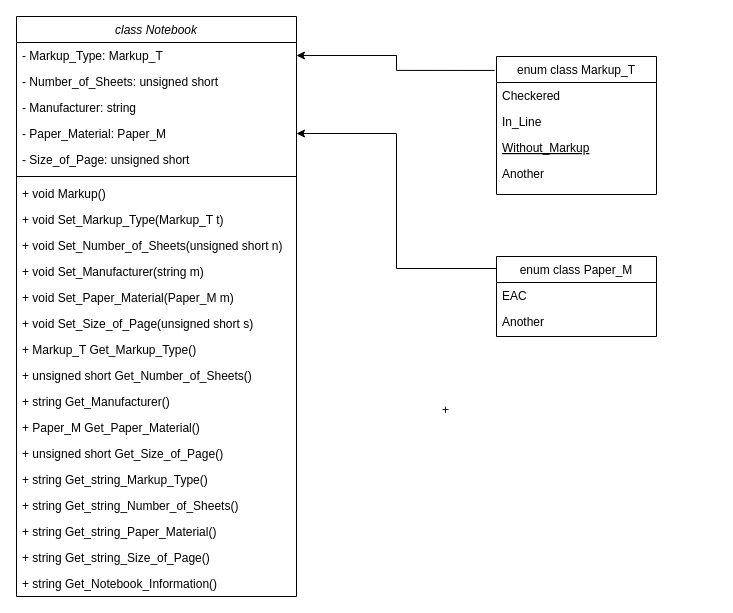
Earlier version of the draw.io diagram Untitled Diagram.drawio (NemoNology/OOP_ADT_Notebook_BAS). Source tidied: cells renumbered, new cells numbered last; positions are measured from the earlier drawing's top-left corner, leaving out a move shared by most shapes. Both pictures are drawn from the tidied source at 100%, with x=0, y=0 at pixel (16, 16).
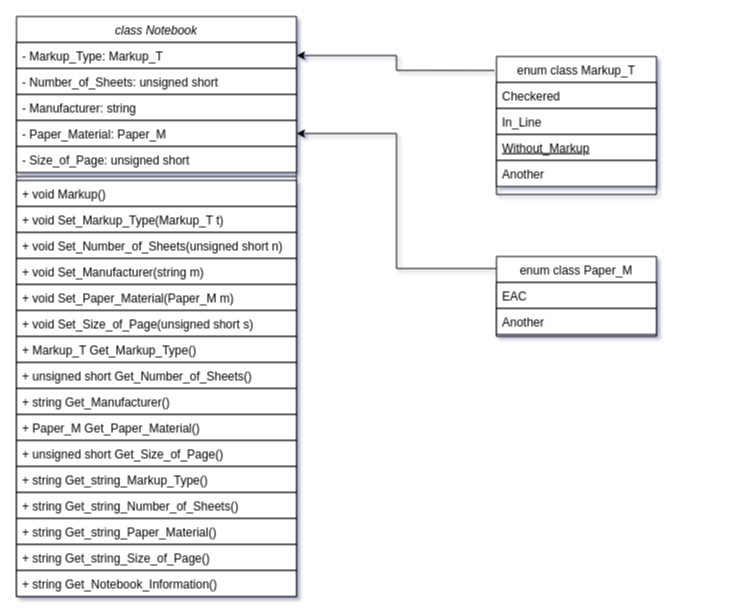
Above is the later version.

Commit message:
V1.05: Visual adds for UML : )

Unchanged cells that the change refers to:
```xml
<mxCell id="2" value="class Notebook&#10;" style="swimlane;fontStyle=2;align=center;verticalAlign=top;horizontal=1;startSize=26;rounded=0;shadow=0;strokeWidth=1;fontColor=default;fillColor=default;strokeColor=default;" parent="1" vertex="1">
  <mxGeometry width="280" height="580" as="geometry" />
</mxCell>
<mxCell id="25" value="enum class Markup_T " style="swimlane;fontStyle=0;align=center;verticalAlign=top;horizontal=1;startSize=26;rounded=0;shadow=0;strokeWidth=1;fillColor=default;strokeColor=default;fontColor=default;" parent="1" vertex="1">
  <mxGeometry x="480" y="40" width="160" height="138" as="geometry" />
</mxCell>
<mxCell id="31" value="enum class Paper_M&#10;" style="swimlane;fontStyle=0;align=center;verticalAlign=top;horizontal=1;startSize=26;rounded=0;shadow=0;strokeWidth=1;fillColor=default;strokeColor=default;fontColor=default;" parent="1" vertex="1">
  <mxGeometry x="480" y="240" width="160" height="80" as="geometry" />
</mxCell>
```

Diff of the diagram source:
```diff
@@
-<mxGraphModel>
+<mxGraphModel shadow="1">
@@
-    <mxCell id="3" value="- Markup_Type: Markup_T " style="text;align=left;verticalAlign=top;spacingLeft=4;spacingRight=4;overflow=hidden;points=[[0,0.5],[1,0.5]];portConstraint=eastwest;fontColor=default;" parent="2" vertex="1">
+    <mxCell id="3" value="- Markup_Type: Markup_T " style="text;align=left;verticalAlign=top;spacingLeft=4;spacingRight=4;overflow=hidden;points=[[0,0.5],[1,0.5]];portConstraint=eastwest;fontColor=default;fillColor=default;strokeColor=default;" parent="2" vertex="1">
       <mxGeometry y="26" width="280" height="26" as="geometry" />
     </mxCell>
-    <mxCell id="4" value="- Number_of_Sheets: unsigned short" style="text;align=left;verticalAlign=top;spacingLeft=4;spacingRight=4;overflow=hidden;fontColor=default;" parent="2" vertex="1">
+    <mxCell id="4" value="- Number_of_Sheets: unsigned short" style="text;align=left;verticalAlign=top;spacingLeft=4;spacingRight=4;overflow=hidden;fontColor=default;fillColor=default;strokeColor=default;" parent="2" vertex="1">
       <mxGeometry y="52" width="280" height="26" as="geometry" />
     </mxCell>
-    <mxCell id="5" value="- Manufacturer: string" style="text;align=left;verticalAlign=top;spacingLeft=4;spacingRight=4;overflow=hidden;fontColor=default;" parent="2" vertex="1">
+    <mxCell id="5" value="- Manufacturer: string" style="text;align=left;verticalAlign=top;spacingLeft=4;spacingRight=4;overflow=hidden;fontColor=default;fillColor=default;strokeColor=default;" parent="2" vertex="1">
       <mxGeometry y="78" width="280" height="26" as="geometry" />
     </mxCell>
-    <mxCell id="6" value="- Paper_Material: Paper_M" style="text;align=left;verticalAlign=top;spacingLeft=4;spacingRight=4;overflow=hidden;points=[[0,0.5],[1,0.5]];portConstraint=eastwest;fontColor=default;" parent="2" vertex="1">
+    <mxCell id="6" value="- Paper_Material: Paper_M" style="text;align=left;verticalAlign=top;spacingLeft=4;spacingRight=4;overflow=hidden;points=[[0,0.5],[1,0.5]];portConstraint=eastwest;fontColor=default;fillColor=default;strokeColor=default;" parent="2" vertex="1">
       <mxGeometry y="104" width="280" height="26" as="geometry" />
     </mxCell>
-    <mxCell id="7" value="- Size_of_Page: unsigned short" style="text;align=left;verticalAlign=top;spacingLeft=4;spacingRight=4;overflow=hidden;fontColor=default;" parent="2" vertex="1">
+    <mxCell id="7" value="- Size_of_Page: unsigned short" style="text;align=left;verticalAlign=top;spacingLeft=4;spacingRight=4;overflow=hidden;fontColor=default;fillColor=default;strokeColor=default;" parent="2" vertex="1">
       <mxGeometry y="130" width="280" height="26" as="geometry" />
     </mxCell>
-    <mxCell id="8" style="line;html=1;strokeWidth=1;align=left;verticalAlign=middle;spacingTop=-1;spacingLeft=3;spacingRight=3;labelPosition=right;" parent="2" vertex="1">
+    <mxCell id="8" style="line;html=1;strokeWidth=1;align=left;verticalAlign=middle;spacingTop=-1;spacingLeft=3;spacingRight=3;labelPosition=right;fillColor=default;strokeColor=default;fontColor=default;" parent="2" vertex="1">
       <mxGeometry y="156" width="280" height="8" as="geometry" />
     </mxCell>
-    <mxCell id="9" value="+ void Markup()" style="text;align=left;verticalAlign=top;spacingLeft=4;spacingRight=4;overflow=hidden;fontColor=default;" parent="2" vertex="1">
+    <mxCell id="9" value="+ void Markup()" style="text;align=left;verticalAlign=top;spacingLeft=4;spacingRight=4;overflow=hidden;fontColor=default;fillColor=default;strokeColor=default;" parent="2" vertex="1">
       <mxGeometry y="164" width="280" height="26" as="geometry" />
     </mxCell>
-    <mxCell id="10" value="+ void Set_Markup_Type(Markup_T t)" style="text;align=left;verticalAlign=top;spacingLeft=4;spacingRight=4;overflow=hidden;fontColor=default;" parent="2" vertex="1">
+    <mxCell id="10" value="+ void Set_Markup_Type(Markup_T t)" style="text;align=left;verticalAlign=top;spacingLeft=4;spacingRight=4;overflow=hidden;fontColor=default;fillColor=default;strokeColor=default;" parent="2" vertex="1">
       <mxGeometry y="190" width="280" height="26" as="geometry" />
     </mxCell>
-    <mxCell id="11" value="+ void Set_Number_of_Sheets(unsigned short n)" style="text;align=left;verticalAlign=top;spacingLeft=4;spacingRight=4;overflow=hidden;fontColor=default;" parent="2" vertex="1">
+    <mxCell id="11" value="+ void Set_Number_of_Sheets(unsigned short n)" style="text;align=left;verticalAlign=top;spacingLeft=4;spacingRight=4;overflow=hidden;fontColor=default;fillColor=default;strokeColor=default;" parent="2" vertex="1">
       <mxGeometry y="216" width="280" height="26" as="geometry" />
     </mxCell>
-    <mxCell id="12" value="+ void Set_Manufacturer(string m) " style="text;align=left;verticalAlign=top;spacingLeft=4;spacingRight=4;overflow=hidden;fontColor=default;" parent="2" vertex="1">
+    <mxCell id="12" value="+ void Set_Manufacturer(string m) " style="text;align=left;verticalAlign=top;spacingLeft=4;spacingRight=4;overflow=hidden;fontColor=default;fillColor=default;strokeColor=default;" parent="2" vertex="1">
       <mxGeometry y="242" width="280" height="26" as="geometry" />
     </mxCell>
-    <mxCell id="13" value="+ void Set_Paper_Material(Paper_M m)" style="text;align=left;verticalAlign=top;spacingLeft=4;spacingRight=4;overflow=hidden;fontColor=default;" parent="2" vertex="1">
+    <mxCell id="13" value="+ void Set_Paper_Material(Paper_M m)" style="text;align=left;verticalAlign=top;spacingLeft=4;spacingRight=4;overflow=hidden;fontColor=default;fillColor=default;strokeColor=default;" parent="2" vertex="1">
       <mxGeometry y="268" width="280" height="26" as="geometry" />
     </mxCell>
-    <mxCell id="14" value="+ void Set_Size_of_Page(unsigned short s)" style="text;align=left;verticalAlign=top;spacingLeft=4;spacingRight=4;overflow=hidden;fontColor=default;" parent="2" vertex="1">
+    <mxCell id="14" value="+ void Set_Size_of_Page(unsigned short s)" style="text;align=left;verticalAlign=top;spacingLeft=4;spacingRight=4;overflow=hidden;fontColor=default;fillColor=default;strokeColor=default;" parent="2" vertex="1">
       <mxGeometry y="294" width="280" height="26" as="geometry" />
     </mxCell>
-    <mxCell id="15" value="+ Markup_T Get_Markup_Type()" style="text;align=left;verticalAlign=top;spacingLeft=4;spacingRight=4;overflow=hidden;fontColor=default;" parent="2" vertex="1">
+    <mxCell id="15" value="+ Markup_T Get_Markup_Type()" style="text;align=left;verticalAlign=top;spacingLeft=4;spacingRight=4;overflow=hidden;fontColor=default;fillColor=default;strokeColor=default;" parent="2" vertex="1">
       <mxGeometry y="320" width="280" height="26" as="geometry" />
     </mxCell>
-    <mxCell id="16" value="+ unsigned short Get_Number_of_Sheets()" style="text;align=left;verticalAlign=top;spacingLeft=4;spacingRight=4;overflow=hidden;fontColor=default;" parent="2" vertex="1">
+    <mxCell id="16" value="+ unsigned short Get_Number_of_Sheets()" style="text;align=left;verticalAlign=top;spacingLeft=4;spacingRight=4;overflow=hidden;fontColor=default;fillColor=default;strokeColor=default;" parent="2" vertex="1">
       <mxGeometry y="346" width="280" height="26" as="geometry" />
     </mxCell>
-    <mxCell id="17" value="+ string Get_Manufacturer()" style="text;align=left;verticalAlign=top;spacingLeft=4;spacingRight=4;overflow=hidden;fontColor=default;" parent="2" vertex="1">
+    <mxCell id="17" value="+ string Get_Manufacturer()" style="text;align=left;verticalAlign=top;spacingLeft=4;spacingRight=4;overflow=hidden;fontColor=default;fillColor=default;strokeColor=default;" parent="2" vertex="1">
       <mxGeometry y="372" width="280" height="26" as="geometry" />
     </mxCell>
-    <mxCell id="18" value="+ Paper_M Get_Paper_Material()" style="text;align=left;verticalAlign=top;spacingLeft=4;spacingRight=4;overflow=hidden;fontColor=default;" parent="2" vertex="1">
+    <mxCell id="18" value="+ Paper_M Get_Paper_Material()" style="text;align=left;verticalAlign=top;spacingLeft=4;spacingRight=4;overflow=hidden;fontColor=default;fillColor=default;strokeColor=default;" parent="2" vertex="1">
       <mxGeometry y="398" width="280" height="26" as="geometry" />
     </mxCell>
-    <mxCell id="19" value="+ unsigned short Get_Size_of_Page()" style="text;align=left;verticalAlign=top;spacingLeft=4;spacingRight=4;overflow=hidden;fontColor=default;" parent="2" vertex="1">
+    <mxCell id="19" value="+ unsigned short Get_Size_of_Page()" style="text;align=left;verticalAlign=top;spacingLeft=4;spacingRight=4;overflow=hidden;fontColor=default;fillColor=default;strokeColor=default;" parent="2" vertex="1">
       <mxGeometry y="424" width="280" height="26" as="geometry" />
     </mxCell>
-    <mxCell id="20" value="+ string Get_string_Markup_Type()" style="text;align=left;verticalAlign=top;spacingLeft=4;spacingRight=4;overflow=hidden;fontColor=default;" parent="2" vertex="1">
+    <mxCell id="20" value="+ string Get_string_Markup_Type()" style="text;align=left;verticalAlign=top;spacingLeft=4;spacingRight=4;overflow=hidden;fontColor=default;fillColor=default;strokeColor=default;" parent="2" vertex="1">
       <mxGeometry y="450" width="280" height="26" as="geometry" />
     </mxCell>
-    <mxCell id="21" value="+ string Get_string_Number_of_Sheets()" style="text;align=left;verticalAlign=top;spacingLeft=4;spacingRight=4;overflow=hidden;fontColor=default;" parent="2" vertex="1">
+    <mxCell id="21" value="+ string Get_string_Number_of_Sheets()" style="text;align=left;verticalAlign=top;spacingLeft=4;spacingRight=4;overflow=hidden;fontColor=default;fillColor=default;strokeColor=default;" parent="2" vertex="1">
       <mxGeometry y="476" width="280" height="26" as="geometry" />
     </mxCell>
-    <mxCell id="22" value="+ string Get_string_Paper_Material()" style="text;align=left;verticalAlign=top;spacingLeft=4;spacingRight=4;overflow=hidden;fontColor=default;" parent="2" vertex="1">
+    <mxCell id="22" value="+ string Get_string_Paper_Material()" style="text;align=left;verticalAlign=top;spacingLeft=4;spacingRight=4;overflow=hidden;fontColor=default;fillColor=default;strokeColor=default;" parent="2" vertex="1">
       <mxGeometry y="502" width="280" height="26" as="geometry" />
     </mxCell>
-    <mxCell id="23" value="+ string Get_string_Size_of_Page()" style="text;align=left;verticalAlign=top;spacingLeft=4;spacingRight=4;overflow=hidden;fontColor=default;" parent="2" vertex="1">
+    <mxCell id="23" value="+ string Get_string_Size_of_Page()" style="text;align=left;verticalAlign=top;spacingLeft=4;spacingRight=4;overflow=hidden;fontColor=default;fillColor=default;strokeColor=default;" parent="2" vertex="1">
       <mxGeometry y="528" width="280" height="26" as="geometry" />
     </mxCell>
-    <mxCell id="24" value="+ string Get_Notebook_Information()" style="text;align=left;verticalAlign=top;spacingLeft=4;spacingRight=4;overflow=hidden;fontColor=default;" parent="2" vertex="1">
+    <mxCell id="24" value="+ string Get_Notebook_Information()" style="text;align=left;verticalAlign=top;spacingLeft=4;spacingRight=4;overflow=hidden;fontColor=default;fillColor=default;strokeColor=default;" parent="2" vertex="1">
       <mxGeometry y="554" width="280" height="26" as="geometry" />
     </mxCell>
@@
-    <mxCell id="26" value="Checkered" style="text;align=left;verticalAlign=top;spacingLeft=4;spacingRight=4;overflow=hidden;fontColor=default;" parent="25" vertex="1">
+    <mxCell id="26" value="Checkered" style="text;align=left;verticalAlign=top;spacingLeft=4;spacingRight=4;overflow=hidden;fontColor=default;fillColor=default;strokeColor=default;" parent="25" vertex="1">
       <mxGeometry y="26" width="160" height="26" as="geometry" />
     </mxCell>
-    <mxCell id="27" value="In_Line" style="text;align=left;verticalAlign=top;spacingLeft=4;spacingRight=4;overflow=hidden;rounded=0;shadow=0;html=0;fontColor=default;" parent="25" vertex="1">
+    <mxCell id="27" value="In_Line" style="text;align=left;verticalAlign=top;spacingLeft=4;spacingRight=4;overflow=hidden;rounded=0;shadow=0;html=0;fontColor=default;fillColor=default;strokeColor=default;" parent="25" vertex="1">
       <mxGeometry y="52" width="160" height="26" as="geometry" />
     </mxCell>
-    <mxCell id="28" value="Without_Markup" style="text;align=left;verticalAlign=top;spacingLeft=4;spacingRight=4;overflow=hidden;fontStyle=4;fontColor=default;" parent="25" vertex="1">
+    <mxCell id="28" value="Without_Markup" style="text;align=left;verticalAlign=top;spacingLeft=4;spacingRight=4;overflow=hidden;fontStyle=4;fontColor=default;fillColor=default;strokeColor=default;" parent="25" vertex="1">
       <mxGeometry y="78" width="160" height="26" as="geometry" />
     </mxCell>
-    <mxCell id="29" value="Another             " style="text;align=left;verticalAlign=top;spacingLeft=4;spacingRight=4;overflow=hidden;fontColor=default;" parent="25" vertex="1">
+    <mxCell id="29" value="Another             " style="text;align=left;verticalAlign=top;spacingLeft=4;spacingRight=4;overflow=hidden;fontColor=default;fillColor=default;strokeColor=default;" parent="25" vertex="1">
       <mxGeometry y="104" width="160" height="26" as="geometry" />
     </mxCell>
-    <mxCell id="30" style="edgeStyle=orthogonalEdgeStyle;rounded=0;jettySize=auto;html=1;exitX=-0.012;exitY=0.101;exitDx=0;exitDy=0;entryX=1;entryY=0.5;entryDx=0;entryDy=0;fontColor=default;strokeColor=default;labelBackgroundColor=default;exitPerimeter=0;" parent="1" edge="1" source="25" target="3">
+    <mxCell id="30" style="edgeStyle=orthogonalEdgeStyle;rounded=0;jettySize=auto;html=1;exitX=-0.012;exitY=0.101;exitDx=0;exitDy=0;entryX=1;entryY=0.5;entryDx=0;entryDy=0;fontColor=default;strokeColor=default;labelBackgroundColor=default;exitPerimeter=0;fillColor=default;" parent="1" edge="1" source="25" target="3">
       <mxGeometry relative="1" as="geometry" />
     </mxCell>
@@
-    <mxCell id="32" value="EAC" style="text;align=left;verticalAlign=top;spacingLeft=4;spacingRight=4;overflow=hidden;fontColor=default;" parent="31" vertex="1">
+    <mxCell id="32" value="EAC" style="text;align=left;verticalAlign=top;spacingLeft=4;spacingRight=4;overflow=hidden;fontColor=default;fillColor=default;strokeColor=default;" parent="31" vertex="1">
       <mxGeometry y="26" width="160" height="26" as="geometry" />
     </mxCell>
-    <mxCell id="33" value="Another         " style="text;align=left;verticalAlign=top;spacingLeft=4;spacingRight=4;overflow=hidden;rounded=0;shadow=0;html=0;fontColor=default;" parent="31" vertex="1">
+    <mxCell id="33" value="Another         " style="text;align=left;verticalAlign=top;spacingLeft=4;spacingRight=4;overflow=hidden;rounded=0;shadow=0;html=0;fontColor=default;fillColor=default;strokeColor=default;" parent="31" vertex="1">
       <mxGeometry y="52" width="160" height="26" as="geometry" />
     </mxCell>
-    <mxCell id="34" style="edgeStyle=orthogonalEdgeStyle;rounded=0;jettySize=auto;html=1;exitX=0;exitY=0.15;exitDx=0;exitDy=0;entryX=1;entryY=0.5;entryDx=0;entryDy=0;labelBackgroundColor=default;fontColor=default;strokeColor=default;exitPerimeter=0;" parent="1" edge="1" source="31" target="6">
+    <mxCell id="34" style="edgeStyle=orthogonalEdgeStyle;rounded=0;jettySize=auto;html=1;exitX=0;exitY=0.15;exitDx=0;exitDy=0;entryX=1;entryY=0.5;entryDx=0;entryDy=0;labelBackgroundColor=default;fontColor=default;strokeColor=default;exitPerimeter=0;fillColor=default;" parent="1" edge="1" source="31" target="6">
       <mxGeometry relative="1" as="geometry" />
     </mxCell>
-    <mxCell id="35" value="+ " style="text;align=left;verticalAlign=top;spacingLeft=4;spacingRight=4;overflow=hidden;fontColor=default;" parent="1" vertex="1">
-      <mxGeometry x="420" y="380" width="280" height="26" as="geometry" />
-    </mxCell>
```
